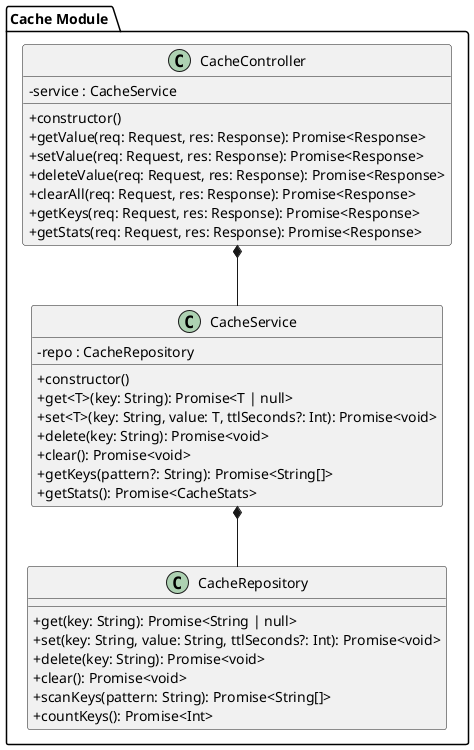
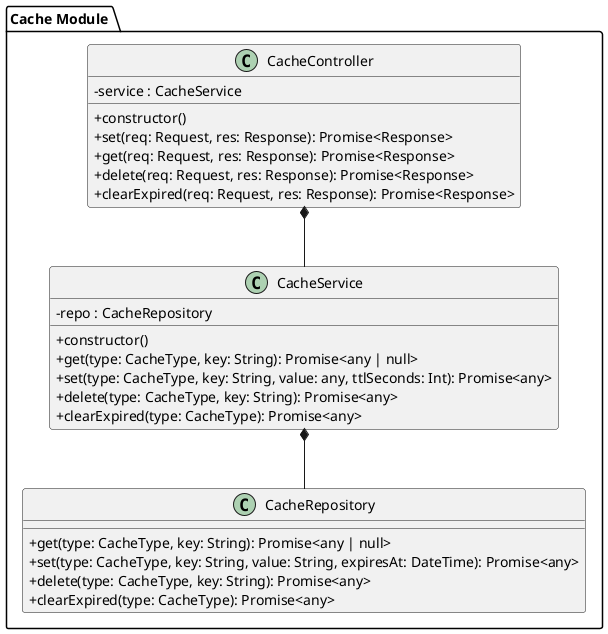
@startuml Class_Cache

skinparam linetype ortho
skinparam classAttributeIconSize 0

package "Cache Module " {

  class "CacheController" as CacheController {
    - service : CacheService
    + constructor()
-     + getValue(req: Request, res: Response): Promise<Response>
-     + setValue(req: Request, res: Response): Promise<Response>
-     + deleteValue(req: Request, res: Response): Promise<Response>
-     + clearAll(req: Request, res: Response): Promise<Response>
-     + getKeys(req: Request, res: Response): Promise<Response>
-     + getStats(req: Request, res: Response): Promise<Response>
+     + set(req: Request, res: Response): Promise<Response>
+     + get(req: Request, res: Response): Promise<Response>
+     + delete(req: Request, res: Response): Promise<Response>
+     + clearExpired(req: Request, res: Response): Promise<Response>
  }

  class "CacheService" as CacheService {
    - repo : CacheRepository
    + constructor()
-     + get<T>(key: String): Promise<T | null>
-     + set<T>(key: String, value: T, ttlSeconds?: Int): Promise<void>
-     + delete(key: String): Promise<void>
-     + clear(): Promise<void>
-     + getKeys(pattern?: String): Promise<String[]>
-     + getStats(): Promise<CacheStats>
+     + get(type: CacheType, key: String): Promise<any | null>
+     + set(type: CacheType, key: String, value: any, ttlSeconds: Int): Promise<any>
+     + delete(type: CacheType, key: String): Promise<any>
+     + clearExpired(type: CacheType): Promise<any>
  }

  class "CacheRepository" as CacheRepository {
-     + get(key: String): Promise<String | null>
-     + set(key: String, value: String, ttlSeconds?: Int): Promise<void>
-     + delete(key: String): Promise<void>
-     + clear(): Promise<void>
-     + scanKeys(pattern: String): Promise<String[]>
-     + countKeys(): Promise<Int>
+     + get(type: CacheType, key: String): Promise<any | null>
+     + set(type: CacheType, key: String, value: String, expiresAt: DateTime): Promise<any>
+     + delete(type: CacheType, key: String): Promise<any>
+     + clearExpired(type: CacheType): Promise<any>
  }
}

CacheController *-- CacheService
CacheService *-- CacheRepository

@enduml
